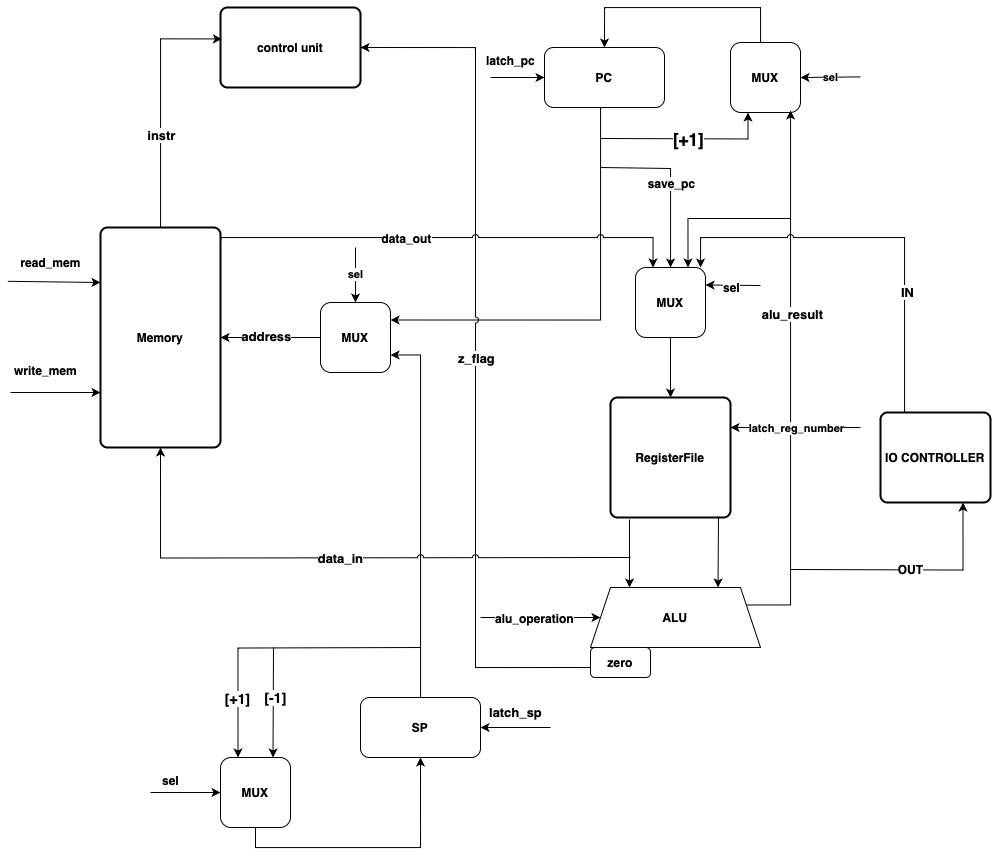
Before: images/DataPath.drawio.png, a diagram exported from draw.io (ArslanEfimov/Risc_processor_ac). Source tidied: cells renumbered, new cells last; positions are measured from the earlier drawing's top-left corner, leaving out a move shared by most shapes.
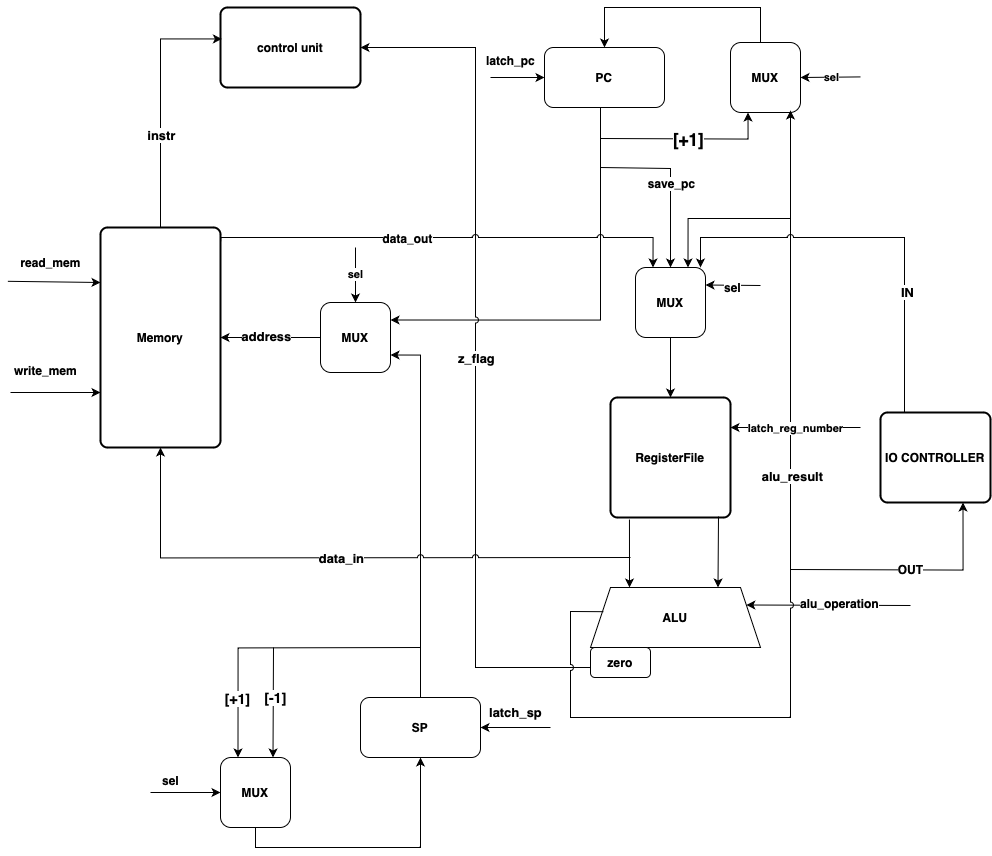
The same diagram one commit later.

Diff of the diagram source:
```diff
@@ -151,9 +151,9 @@
     <mxCell id="37" style="edgeStyle=orthogonalEdgeStyle;rounded=0;jettySize=auto;html=1;entryX=0.5;entryY=0;entryDx=0;entryDy=0;" parent="1" edge="1" source="32" target="5">
       <mxGeometry relative="1" as="geometry" />
     </mxCell>
-    <mxCell id="38" style="endArrow=classic;html=1;rounded=0;entryX=0;entryY=0.5;entryDx=0;entryDy=0;" parent="1" edge="1" target="4">
+    <mxCell id="38" style="endArrow=classic;html=1;rounded=0;entryX=1;entryY=0.25;entryDx=0;entryDy=0;" parent="1" edge="1" target="4">
       <mxGeometry relative="1" as="geometry">
-        <mxPoint x="480" y="610" as="sourcePoint" />
+        <mxPoint x="910" y="598" as="sourcePoint" />
       </mxGeometry>
     </mxCell>
     <mxCell id="39" value="&lt;b&gt;&lt;font style=&quot;font-size: 12px;&quot;&gt;alu_operation&lt;/font&gt;&lt;/b&gt;" style="edgeLabel;html=1;align=center;verticalAlign=middle;" parent="38" vertex="1">
@@ -161,12 +161,14 @@
         <mxPoint y="-1" as="offset" />
       </mxGeometry>
     </mxCell>
-    <mxCell id="40" style="endArrow=classic;html=1;rounded=0;exitX=1;exitY=0.25;exitDx=0;exitDy=0;edgeStyle=orthogonalEdgeStyle;" parent="1" edge="1" source="4">
+    <mxCell id="40" style="endArrow=classic;html=1;rounded=0;exitX=0.076;exitY=0.403;exitDx=0;exitDy=0;edgeStyle=orthogonalEdgeStyle;exitPerimeter=0;jumpStyle=arc;" parent="1" edge="1" source="4">
       <mxGeometry relative="1" as="geometry">
         <mxPoint x="790" y="103" as="targetPoint" />
         <Array as="points">
-          <mxPoint x="790" y="598" />
-          <mxPoint x="790" y="103" />
+          <mxPoint x="600" y="604" />
+          <mxPoint x="570" y="604" />
+          <mxPoint x="570" y="710" />
+          <mxPoint x="790" y="710" />
         </Array>
       </mxGeometry>
     </mxCell>
```
